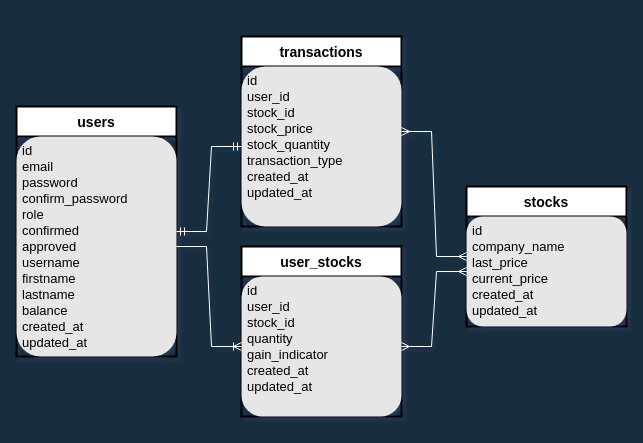
Above: ERD.drawio in macarron001/rails-stock-trading-api (draw.io), before the change. Source tidied: cells renumbered, new cells numbered last; positions are measured from the earlier drawing's top-left corner, leaving out a move shared by most shapes. Both pictures are drawn from the tidied source at 100%, with x=0, y=0 at pixel (16, 36).
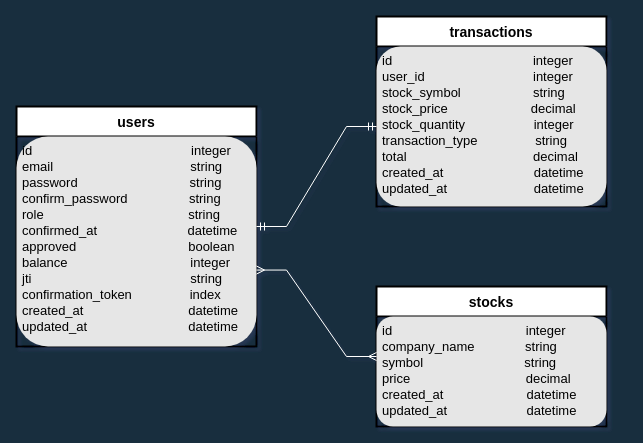
After the change.

The edit, as a diff of the source:
```diff
@@
 <mxGraphModel background="#182E3E" shadow="1">
   <root>
     <mxCell id="0" />
     <mxCell id="1" parent="0" />
     <mxCell id="2" value="users" style="swimlane;horizontal=1;startSize=30;rounded=0;fontSize=14;fontStyle=1;strokeWidth=2;shadow=0;dashed=0;align=center;fontColor=#000000;fillColor=#FFFFFF;" parent="1" vertex="1">
-      <mxGeometry y="70" width="160" height="250" as="geometry" />
+      <mxGeometry y="70" width="240" height="240" as="geometry" />
     </mxCell>
-    <mxCell id="3" value="id&#10;email&#10;password&#10;confirm_password&#10;role&#10;confirmed&#10;approved&#10;username&#10;firstname&#10;lastname&#10;balance&#10;created_at&#10;updated_at" style="align=left;strokeColor=none;fillColor=#E6E6E6;spacingLeft=4;fontSize=13;verticalAlign=top;rounded=1;fontColor=#000000;glass=0;shadow=0;" parent="2" vertex="1">
-      <mxGeometry y="30" width="160" height="220" as="geometry" />
+    <mxCell id="3" value="id                                            integer               &#10;email                                      string&#10;password                               string&#10;confirm_password                 string&#10;role                                        string&#10;confirmed_at                         datetime       &#10;approved                               boolean&#10;balance                                  integer&#10;jti                                            string&#10;confirmation_token                index&#10;created_at                             datetime&#10;updated_at                            datetime" style="align=left;strokeColor=none;fillColor=#E6E6E6;spacingLeft=4;fontSize=13;verticalAlign=top;rounded=1;fontColor=#000000;glass=0;shadow=0;" parent="2" vertex="1">
+      <mxGeometry y="30" width="240" height="210" as="geometry" />
     </mxCell>
-    <mxCell id="4" value="user_stocks" style="swimlane;horizontal=1;startSize=30;rounded=0;fontSize=14;fontStyle=1;strokeWidth=2;shadow=0;dashed=0;align=center;fontColor=#000000;fillColor=#FFFFFF;" parent="1" vertex="1">
-      <mxGeometry x="225" y="210" width="160" height="170" as="geometry" />
-    </mxCell>
-    <mxCell id="5" value="id&#10;user_id&#10;stock_id&#10;quantity&#10;gain_indicator&#10;created_at&#10;updated_at" style="align=left;strokeColor=none;fillColor=#E6E6E6;spacingLeft=4;fontSize=13;verticalAlign=top;rounded=1;fontColor=#000000;glass=0;shadow=0;" parent="4" vertex="1">
-      <mxGeometry y="30" width="160" height="140" as="geometry" />
-    </mxCell>
     <mxCell id="6" value="stocks" style="swimlane;horizontal=1;startSize=30;rounded=0;fontSize=14;fontStyle=1;strokeWidth=2;shadow=0;dashed=0;align=center;fontColor=#000000;fillColor=#FFFFFF;" parent="1" vertex="1">
-      <mxGeometry x="450" y="150" width="160" height="140" as="geometry" />
+      <mxGeometry x="360" y="250" width="230" height="140" as="geometry" />
     </mxCell>
-    <mxCell id="7" value="id&#10;company_name&#10;last_price&#10;current_price&#10;created_at&#10;updated_at" style="align=left;strokeColor=none;fillColor=#E6E6E6;spacingLeft=4;fontSize=13;verticalAlign=top;rounded=1;fontColor=#000000;glass=0;shadow=0;" parent="6" vertex="1">
-      <mxGeometry y="30" width="160" height="110" as="geometry" />
+    <mxCell id="7" value="id                                     integer&#10;company_name              string  &#10;symbol                            string&#10;price                                decimal&#10;created_at                       datetime&#10;updated_at                      datetime" style="align=left;strokeColor=none;fillColor=#E6E6E6;spacingLeft=4;fontSize=13;verticalAlign=top;rounded=1;fontColor=#000000;glass=0;shadow=0;" parent="6" vertex="1">
+      <mxGeometry y="30" width="230" height="110" as="geometry" />
     </mxCell>
     <mxCell id="8" value="transactions" style="swimlane;horizontal=1;startSize=30;rounded=0;fontSize=14;fontStyle=1;strokeWidth=2;shadow=0;dashed=0;align=center;fontColor=#000000;fillColor=#FFFFFF;" parent="1" vertex="1">
-      <mxGeometry x="225" width="160" height="190" as="geometry" />
+      <mxGeometry x="360" y="-20" width="230" height="190" as="geometry" />
     </mxCell>
-    <mxCell id="9" value="id&#10;user_id&#10;stock_id&#10;stock_price&#10;stock_quantity&#10;transaction_type&#10;created_at&#10;updated_at" style="align=left;strokeColor=none;fillColor=#E6E6E6;spacingLeft=4;fontSize=13;verticalAlign=top;rounded=1;fontColor=#000000;glass=0;shadow=0;" parent="8" vertex="1">
-      <mxGeometry y="30" width="160" height="160" as="geometry" />
+    <mxCell id="9" value="id                                       integer&#10;user_id                              integer&#10;stock_symbol                    string&#10;stock_price                       decimal&#10;stock_quantity                   integer&#10;transaction_type                string&#10;total                                   decimal&#10;created_at                         datetime&#10;updated_at                        datetime" style="align=left;strokeColor=none;fillColor=#E6E6E6;spacingLeft=4;fontSize=13;verticalAlign=top;rounded=1;fontColor=#000000;glass=0;shadow=0;" parent="8" vertex="1">
+      <mxGeometry y="30" width="230" height="160" as="geometry" />
     </mxCell>
-    <mxCell id="10" style="edgeStyle=entityRelationEdgeStyle;fontSize=12;html=1;endArrow=ERoneToMany;rounded=0;strokeColor=#FFFFFF;" parent="1" edge="1" source="3" target="5">
-      <mxGeometry relative="1" as="geometry" />
-    </mxCell>
-    <mxCell id="11" style="edgeStyle=entityRelationEdgeStyle;fontSize=12;html=1;endArrow=ERmany;startArrow=ERmany;rounded=0;strokeColor=#FFFFFF;" parent="1" edge="1" source="5" target="7">
-      <mxGeometry relative="1" as="geometry" />
-    </mxCell>
     <mxCell id="12" style="edgeStyle=entityRelationEdgeStyle;fontSize=12;html=1;endArrow=ERmandOne;startArrow=ERmandOne;rounded=0;strokeColor=#FFFFFF;" parent="1" edge="1" source="2" target="9">
       <mxGeometry relative="1" as="geometry" />
     </mxCell>
-    <mxCell id="13" style="edgeStyle=entityRelationEdgeStyle;fontSize=12;html=1;endArrow=ERmany;startArrow=ERmany;rounded=0;strokeColor=#FFFFFF;" parent="1" edge="1" source="8" target="6">
+    <mxCell id="13" style="edgeStyle=entityRelationEdgeStyle;fontSize=12;html=1;endArrow=ERmany;startArrow=ERmany;rounded=0;strokeColor=#FFFFFF;exitX=1;exitY=0.636;exitDx=0;exitDy=0;exitPerimeter=0;" parent="1" edge="1" source="3" target="6">
       <mxGeometry relative="1" as="geometry" />
     </mxCell>
   </root>
 </mxGraphModel>
```
